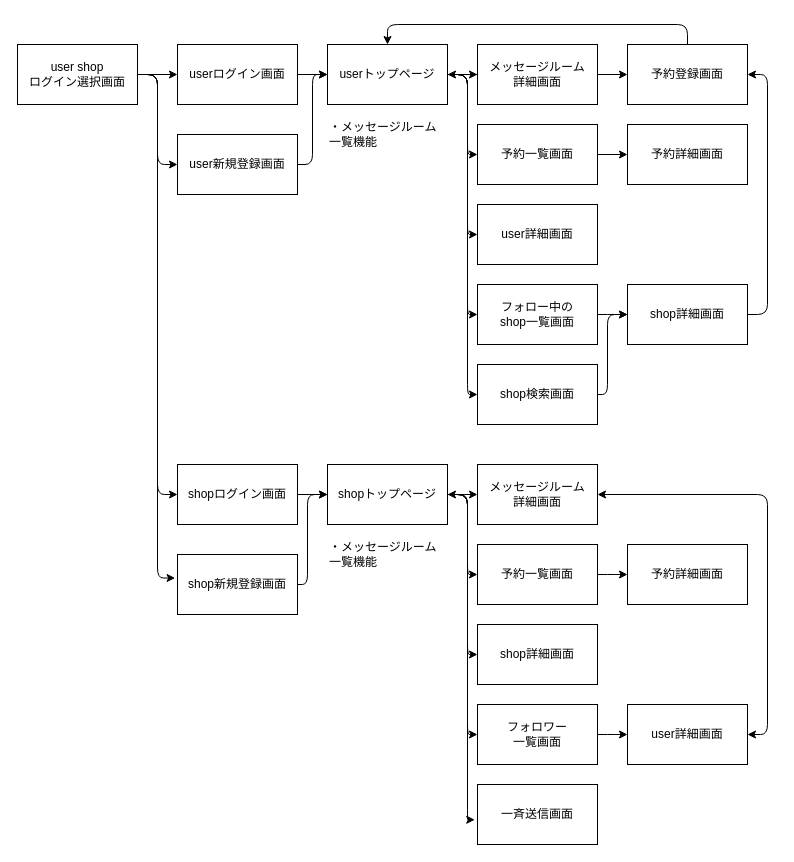
Before: 画面遷移図.drawio in taip315/aketate, a draw.io diagram. Source tidied: cells renumbered, new cells numbered last; positions are measured from the earlier drawing's top-left corner, leaving out a move shared by most shapes. Both pictures are drawn from the tidied source at 100%, with x=0, y=0 at pixel (17, 24).
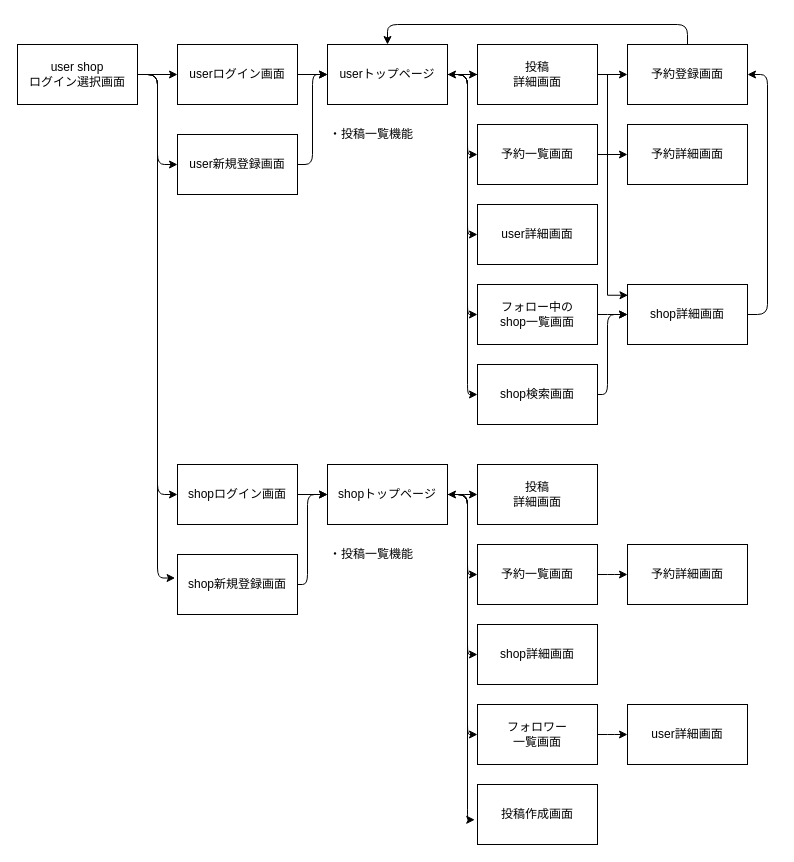
The same page after the edit.

Unchanged cells that the change refers to:
```xml
<mxCell id="52" value="shop詳細画面" style="rounded=0;whiteSpace=wrap;html=1;" parent="1" vertex="1">
  <mxGeometry x="610" y="260" width="120" height="60" as="geometry" />
</mxCell>
<mxCell id="53" value="user詳細画面" style="rounded=0;whiteSpace=wrap;html=1;" parent="1" vertex="1">
  <mxGeometry x="610" y="680" width="120" height="60" as="geometry" />
</mxCell>
```

What changed in the source:
```diff
@@
-    <mxCell id="12" value="・メッセージルーム一覧機能" style="text;html=1;strokeColor=none;fillColor=none;align=left;verticalAlign=middle;whiteSpace=wrap;rounded=0;" parent="1" vertex="1">
+    <mxCell id="12" value="・投稿一覧機能" style="text;html=1;strokeColor=none;fillColor=none;align=left;verticalAlign=middle;whiteSpace=wrap;rounded=0;" parent="1" vertex="1">
       <mxGeometry x="310" y="90" width="120" height="40" as="geometry" />
     </mxCell>
@@
-    <mxCell id="19" value="・メッセージルーム一覧機能" style="text;html=1;strokeColor=none;fillColor=none;align=left;verticalAlign=middle;whiteSpace=wrap;rounded=0;" parent="1" vertex="1">
+    <mxCell id="19" value="・投稿一覧機能" style="text;html=1;strokeColor=none;fillColor=none;align=left;verticalAlign=middle;whiteSpace=wrap;rounded=0;" parent="1" vertex="1">
       <mxGeometry x="310" y="510" width="120" height="40" as="geometry" />
     </mxCell>
@@
+    <mxCell id="54" style="edgeStyle=elbowEdgeStyle;rounded=0;jettySize=auto;html=1;entryX=0.004;entryY=0.179;entryDx=0;entryDy=0;entryPerimeter=0;" parent="1" edge="1" source="22" target="52">
+      <mxGeometry relative="1" as="geometry">
+        <Array as="points">
+          <mxPoint x="590" y="240" />
+          <mxPoint x="600" y="240" />
+          <mxPoint x="600" y="270" />
+        </Array>
+      </mxGeometry>
+    </mxCell>
-    <mxCell id="22" value="メッセージルーム&lt;br&gt;詳細画面" style="rounded=0;whiteSpace=wrap;html=1;" parent="1" vertex="1">
+    <mxCell id="22" value="投稿&lt;br&gt;詳細画面" style="rounded=0;whiteSpace=wrap;html=1;" parent="1" vertex="1">
       <mxGeometry x="460" y="20" width="120" height="60" as="geometry" />
     </mxCell>
@@
-    <mxCell id="31" style="edgeStyle=orthogonalEdgeStyle;rounded=1;jettySize=auto;html=1;entryX=1;entryY=0.5;entryDx=0;entryDy=0;startArrow=classic;startFill=1;" parent="1" edge="1" source="32" target="53">
-      <mxGeometry relative="1" as="geometry" />
-    </mxCell>
-    <mxCell id="32" value="メッセージルーム&lt;br&gt;詳細画面" style="rounded=0;whiteSpace=wrap;html=1;" parent="1" vertex="1">
+    <mxCell id="32" value="投稿&lt;br&gt;詳細画面" style="rounded=0;whiteSpace=wrap;html=1;" parent="1" vertex="1">
       <mxGeometry x="460" y="440" width="120" height="60" as="geometry" />
     </mxCell>
@@
-    <mxCell id="38" value="一斉送信画面" style="rounded=0;whiteSpace=wrap;html=1;" parent="1" vertex="1">
+    <mxCell id="38" value="投稿作成画面" style="rounded=0;whiteSpace=wrap;html=1;" parent="1" vertex="1">
       <mxGeometry x="460" y="760" width="120" height="60" as="geometry" />
     </mxCell>
```
